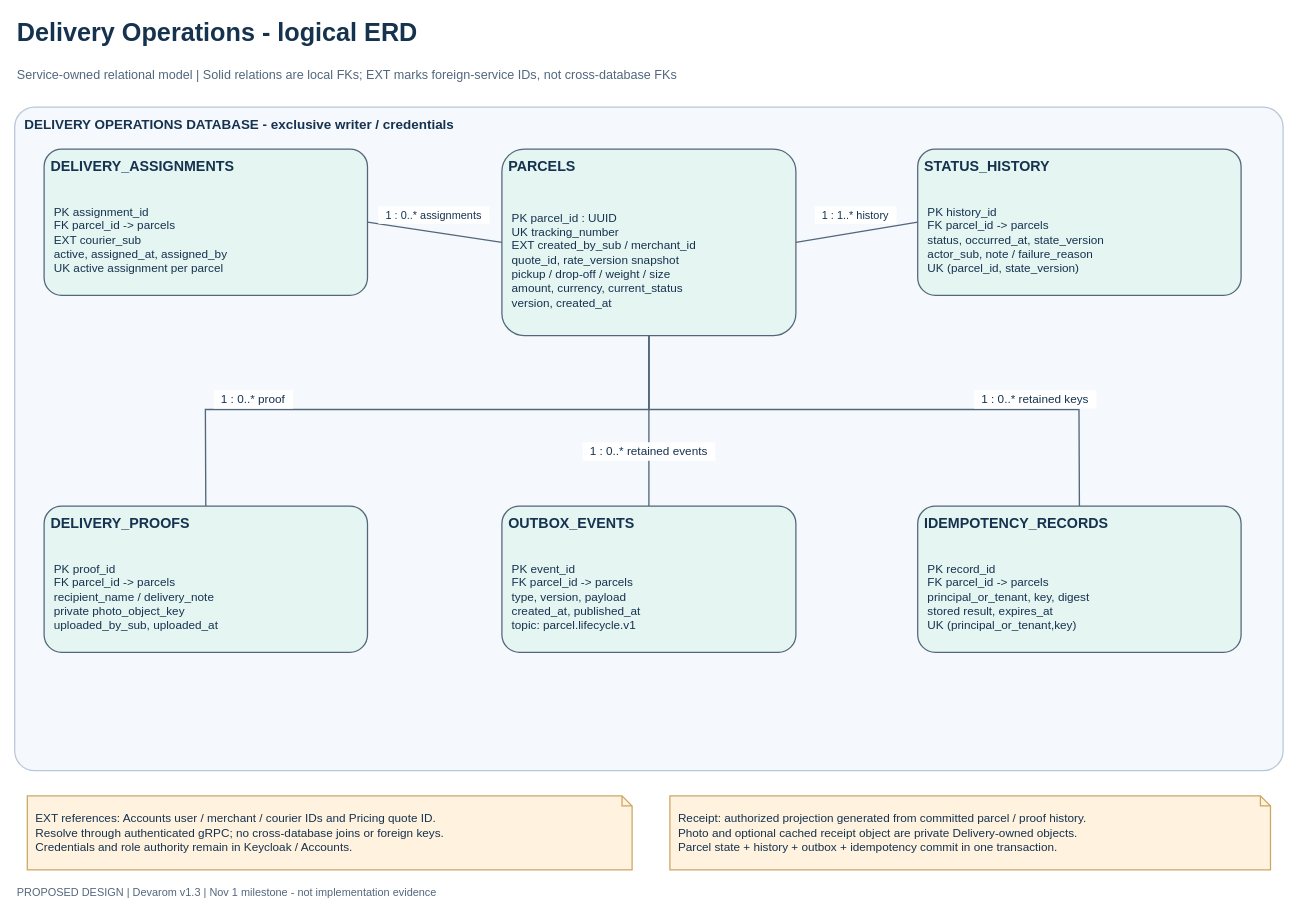
This is docs/diagrams/editable/14_delivery_erd.drawio from Suthankan1/swiftdrop, a draw.io file, before an edit. Source tidied: cells renumbered, new cells numbered last; positions are measured from the earlier drawing's top-left corner, leaving out a move shared by most shapes. Both pictures are drawn from the tidied source at 84%, with x=0, y=0 at pixel (14, 14).
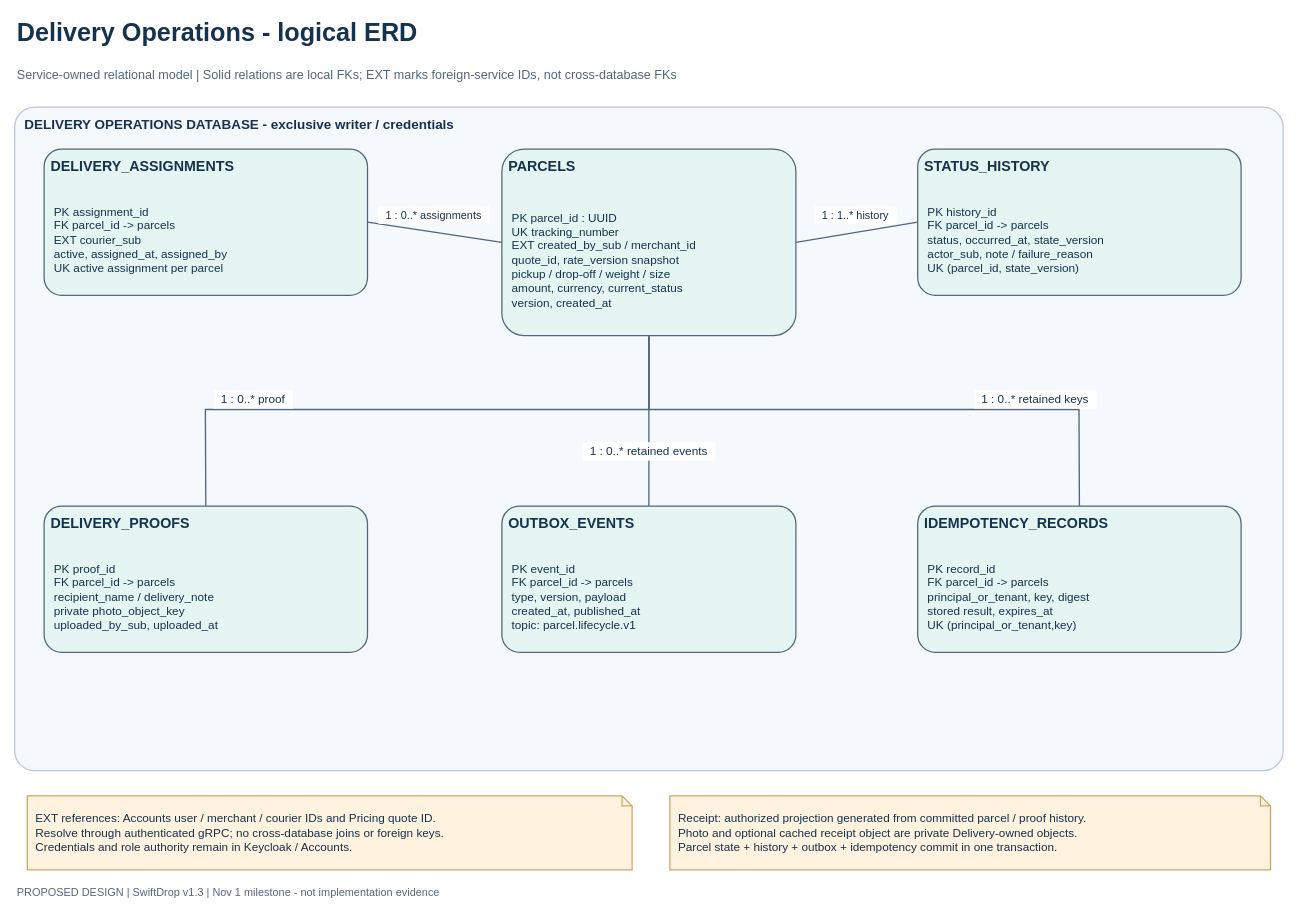
The same page after the edit.

Change to the diagram source:
```diff
@@
-    <mxCell id="16" value="PROPOSED DESIGN | Devarom v1.3 | Nov 1 milestone - not implementation evidence" style="text;html=0;whiteSpace=wrap;align=left;verticalAlign=middle;fontFamily=Helvetica;fontSize=13;fontColor=#52677C;fontStyle=0;fillColor=#FFFFFF;strokeColor=#52677C;strokeWidth=1.5;spacing=10;fillColor=none;strokeColor=none;spacing=0;" parent="1" vertex="1">
+    <mxCell id="16" value="PROPOSED DESIGN | SwiftDrop v1.3 | Nov 1 milestone - not implementation evidence" style="text;html=0;whiteSpace=wrap;align=left;verticalAlign=middle;fontFamily=Helvetica;fontSize=13;fontColor=#52677C;fontStyle=0;fillColor=#FFFFFF;strokeColor=#52677C;strokeWidth=1.5;spacing=10;fillColor=none;strokeColor=none;spacing=0;" parent="1" vertex="1">
       <mxGeometry x="3" y="1030" width="1504" height="30" as="geometry" />
     </mxCell>
```
